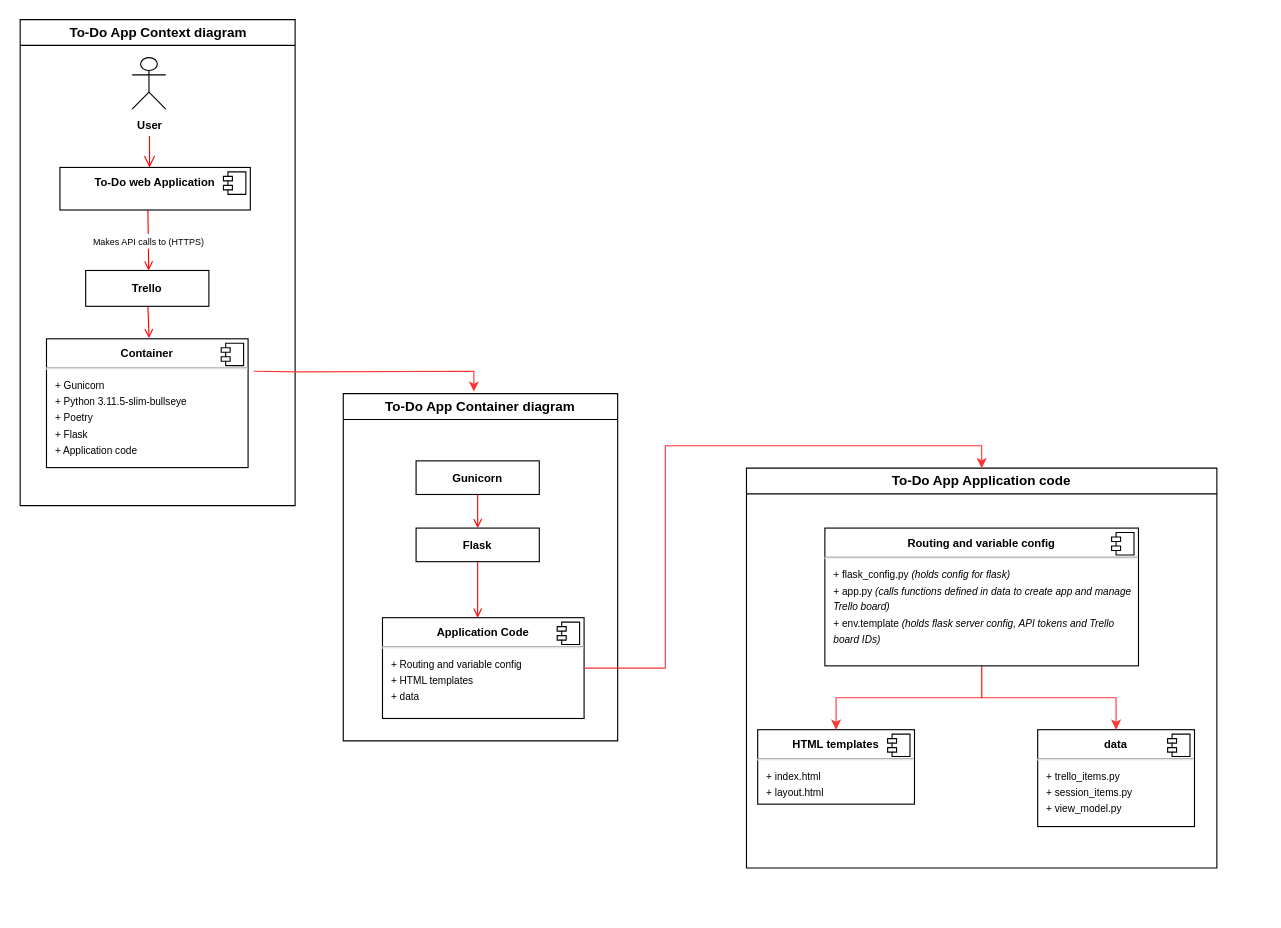
The draw.io diagram To_Do_app_C4_diagram.drawio in kingbrookey/DevOps-Course-Starter, before the edit. Source tidied: cells renumbered, new cells numbered last; positions are measured from the earlier drawing's top-left corner, leaving out a move shared by most shapes. Both pictures are drawn from the tidied source at 112%, with x=0, y=0 at pixel (20, 19).
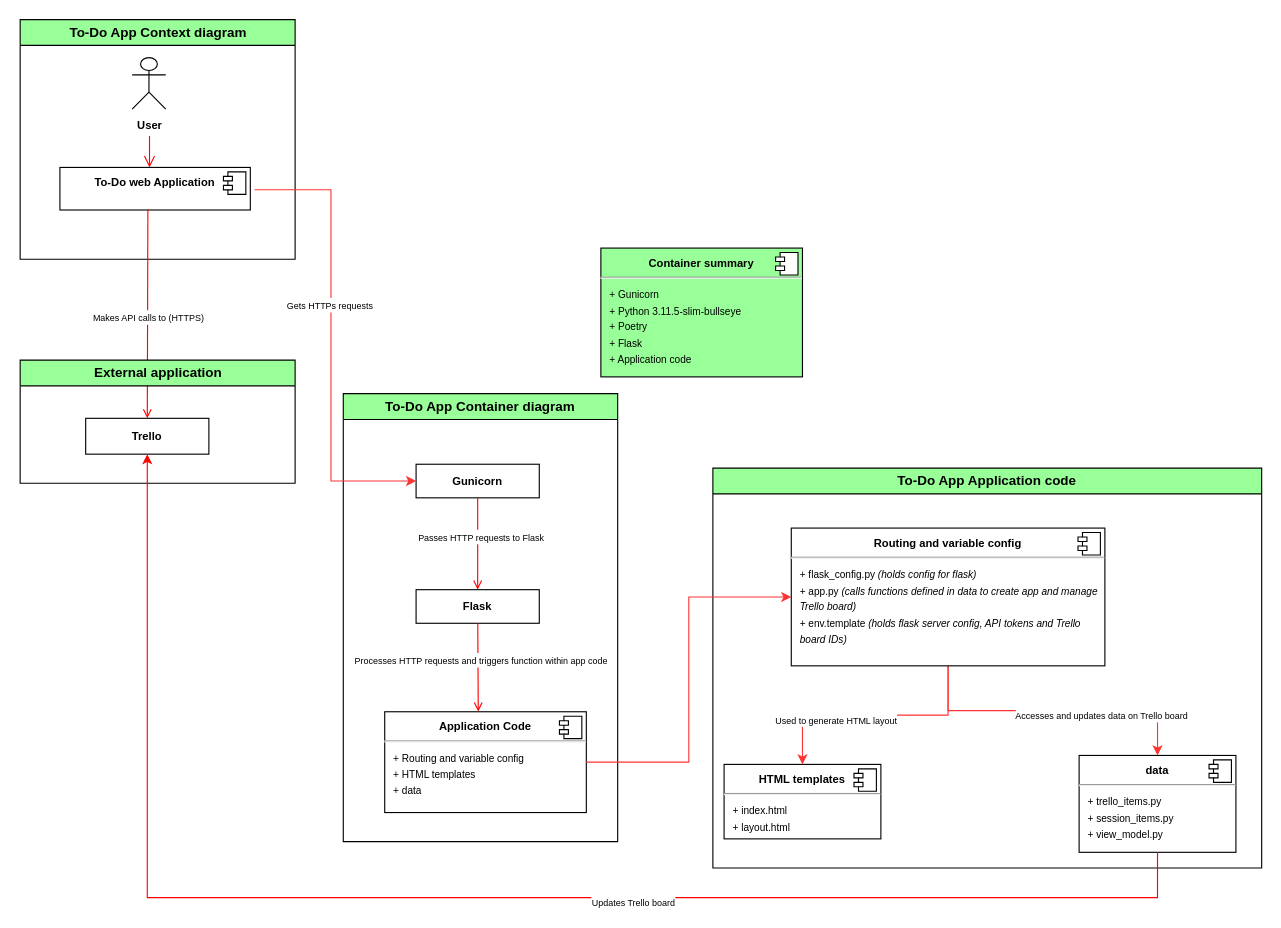
The same page after the edit.

The change refers to these unchanged cells:
```xml
<mxCell id="8" value="&lt;p style=&quot;margin:0px;margin-top:6px;text-align:center;&quot;&gt;&lt;b&gt;&lt;font style=&quot;font-size: 10px;&quot;&gt;To-Do web Application&lt;/font&gt;&lt;/b&gt;&lt;/p&gt;" style="align=left;overflow=fill;html=1;whiteSpace=wrap;" parent="2" vertex="1">
  <mxGeometry x="35.5" y="132" width="170" height="38" as="geometry" />
</mxCell>
<mxCell id="9" style="shape=component;jettyWidth=8;jettyHeight=4;" parent="8" vertex="1">
  <mxGeometry x="1" width="20" height="20" relative="1" as="geometry">
    <mxPoint x="-24" y="4" as="offset" />
  </mxGeometry>
</mxCell>
<mxCell id="25" style="edgeStyle=orthogonalEdgeStyle;rounded=0;jettySize=auto;html=1;entryX=0.5;entryY=0;entryDx=0;entryDy=0;strokeColor=#FF3333;" parent="20" edge="1" source="27" target="21">
  <mxGeometry relative="1" as="geometry" />
</mxCell>
<mxCell id="26" style="edgeStyle=orthogonalEdgeStyle;rounded=0;jettySize=auto;html=1;entryX=0.5;entryY=0;entryDx=0;entryDy=0;fillColor=#FF0000;strokeColor=#FF3333;" parent="20" edge="1" source="27" target="23">
  <mxGeometry relative="1" as="geometry" />
</mxCell>
<mxCell id="27" value="&lt;p style=&quot;margin:0px;margin-top:6px;text-align:center;&quot;&gt;&lt;b&gt;&lt;font style=&quot;font-size: 10px;&quot;&gt;Routing and variable config&lt;/font&gt;&lt;/b&gt;&lt;/p&gt;&lt;hr&gt;&lt;p style=&quot;margin:0px;margin-left:8px;&quot;&gt;&lt;font style=&quot;font-size: 9px;&quot;&gt;+ flask_config.py &lt;i&gt;(holds config for flask)&lt;/i&gt;&lt;/font&gt;&lt;/p&gt;&lt;p style=&quot;margin:0px;margin-left:8px;&quot;&gt;&lt;font style=&quot;font-size: 9px;&quot;&gt;+ app.py &lt;i&gt;(calls functions defined in data to create app and manage Trello board)&lt;/i&gt;&lt;/font&gt;&lt;/p&gt;&lt;p style=&quot;margin:0px;margin-left:8px;&quot;&gt;&lt;font style=&quot;font-size: 9px;&quot;&gt;+ env.template &lt;i&gt;(holds flask server config, API tokens and Trello board IDs)&lt;/i&gt;&lt;/font&gt;&lt;/p&gt;" style="align=left;overflow=fill;html=1;whiteSpace=wrap;" parent="20" vertex="1">
  <mxGeometry x="70" y="53.5" width="280" height="123" as="geometry" />
</mxCell>
```

The edit, as a diff of the source:
```diff
@@
-    <mxCell id="2" value="To-Do App Context diagram" style="swimlane;whiteSpace=wrap;" parent="1" vertex="1">
-      <mxGeometry x="-0.5" width="245.5" height="434" as="geometry" />
+    <mxCell id="2" value="To-Do App Context diagram" style="swimlane;whiteSpace=wrap;startSize=23;fillColor=#99FF99;" parent="1" vertex="1">
+      <mxGeometry x="-0.5" width="245.5" height="214" as="geometry" />
     </mxCell>
@@
-    <mxCell id="4" style="endArrow=open;strokeColor=#FF0000;endFill=1;rounded=0;exitX=0.462;exitY=0.985;exitDx=0;exitDy=0;exitPerimeter=0;" parent="2" edge="1" source="8">
-      <mxGeometry relative="1" as="geometry">
-        <mxPoint x="114.8" y="224" as="targetPoint" />
-      </mxGeometry>
-    </mxCell>
-    <mxCell id="5" value="&lt;font style=&quot;font-size: 8px;&quot;&gt;Makes API calls to (HTTPS)&lt;/font&gt;" style="edgeLabel;html=1;align=center;verticalAlign=middle;" parent="4" vertex="1">
-      <mxGeometry x="0.03" relative="1" as="geometry" />
-    </mxCell>
-    <mxCell id="6" style="endArrow=open;strokeColor=#FF0000;endFill=1;rounded=0;entryX=0.484;entryY=0.011;entryDx=0;entryDy=0;entryPerimeter=0;" parent="2" edge="1" source="10">
-      <mxGeometry relative="1" as="geometry">
-        <mxPoint x="115.1" y="284.4" as="targetPoint" />
-      </mxGeometry>
-    </mxCell>
@@
-    <mxCell id="10" value="&lt;b&gt;&lt;font style=&quot;font-size: 10px;&quot;&gt;Trello&lt;/font&gt;&lt;/b&gt;" style="html=1;whiteSpace=wrap;" parent="2" vertex="1">
-      <mxGeometry x="58.5" y="224" width="110" height="32" as="geometry" />
-    </mxCell>
-    <mxCell id="11" value="&lt;p style=&quot;margin:0px;margin-top:6px;text-align:center;&quot;&gt;&lt;b&gt;&lt;font style=&quot;font-size: 10px;&quot;&gt;Container&lt;/font&gt;&lt;/b&gt;&lt;/p&gt;&lt;hr&gt;&lt;p style=&quot;margin:0px;margin-left:8px;&quot;&gt;&lt;font style=&quot;font-size: 9px;&quot;&gt;+ Gunicorn&lt;/font&gt;&lt;/p&gt;&lt;p style=&quot;margin:0px;margin-left:8px;&quot;&gt;&lt;font style=&quot;font-size: 9px;&quot;&gt;+ Python 3.11.5-slim-bullseye&lt;br&gt;+ Poetry&lt;br&gt;&lt;/font&gt;&lt;/p&gt;&lt;p style=&quot;margin:0px;margin-left:8px;&quot;&gt;&lt;font style=&quot;font-size: 9px;&quot;&gt;+ Flask&lt;/font&gt;&lt;/p&gt;&lt;p style=&quot;margin:0px;margin-left:8px;&quot;&gt;&lt;font style=&quot;font-size: 9px;&quot;&gt;+ Application code&lt;br&gt;&lt;/font&gt;&lt;/p&gt;" style="align=left;overflow=fill;html=1;whiteSpace=wrap;" parent="2" vertex="1">
-      <mxGeometry x="23.5" y="285" width="180" height="115" as="geometry" />
-    </mxCell>
-    <mxCell id="12" style="shape=component;jettyWidth=8;jettyHeight=4;" parent="11" vertex="1">
-      <mxGeometry x="1" width="20" height="20" relative="1" as="geometry">
-        <mxPoint x="-24" y="4" as="offset" />
-      </mxGeometry>
-    </mxCell>
-    <mxCell id="13" value="To-Do App Container diagram" style="swimlane;whiteSpace=wrap;" parent="1" vertex="1">
-      <mxGeometry x="288" y="334" width="245" height="310" as="geometry" />
+    <mxCell id="13" value="To-Do App Container diagram" style="swimlane;whiteSpace=wrap;fillColor=#99FF99;" parent="1" vertex="1">
+      <mxGeometry x="288" y="334" width="245" height="400" as="geometry" />
     </mxCell>
     <mxCell id="14" value="&lt;p style=&quot;margin:0px;margin-top:6px;text-align:center;&quot;&gt;&lt;b&gt;&lt;font style=&quot;font-size: 10px;&quot;&gt;Application Code&lt;/font&gt;&lt;/b&gt;&lt;/p&gt;&lt;hr&gt;&lt;p style=&quot;margin:0px;margin-left:8px;&quot;&gt;&lt;font style=&quot;font-size: 9px;&quot;&gt;+ Routing and variable config&lt;br&gt;+ HTML templates&lt;/font&gt;&lt;/p&gt;&lt;p style=&quot;margin:0px;margin-left:8px;&quot;&gt;&lt;font style=&quot;font-size: 9px;&quot;&gt;+ data&lt;br&gt;&lt;/font&gt;&lt;/p&gt;" style="align=left;overflow=fill;html=1;whiteSpace=wrap;" parent="13" vertex="1">
-      <mxGeometry x="35" y="200" width="180" height="90" as="geometry" />
+      <mxGeometry x="37" y="284" width="180" height="90" as="geometry" />
     </mxCell>
@@
     <mxCell id="16" value="&lt;font style=&quot;font-size: 10px;&quot;&gt;&lt;b&gt;Gunicorn&lt;/b&gt;&lt;/font&gt;" style="html=1;whiteSpace=wrap;" parent="13" vertex="1">
-      <mxGeometry x="65" y="60" width="110" height="30" as="geometry" />
+      <mxGeometry x="65" y="63" width="110" height="30" as="geometry" />
     </mxCell>
     <mxCell id="17" value="&lt;font style=&quot;font-size: 10px;&quot;&gt;&lt;b&gt;Flask&lt;/b&gt;&lt;/font&gt;" style="html=1;whiteSpace=wrap;" parent="13" vertex="1">
-      <mxGeometry x="65" y="120" width="110" height="30" as="geometry" />
+      <mxGeometry x="65" y="175" width="110" height="30" as="geometry" />
     </mxCell>
     <mxCell id="18" style="endArrow=open;strokeColor=#FF0000;endFill=1;rounded=0;entryX=0.5;entryY=0;entryDx=0;entryDy=0;exitX=0.5;exitY=1;exitDx=0;exitDy=0;" parent="13" edge="1" source="16" target="17">
-      <mxGeometry relative="1" as="geometry" />
+      <mxGeometry relative="1" as="geometry">
+        <Array as="points">
+          <mxPoint x="120" y="170" />
+        </Array>
+      </mxGeometry>
     </mxCell>
-    <mxCell id="19" style="endArrow=open;strokeColor=#FF0000;endFill=1;rounded=0;exitX=0.5;exitY=1;exitDx=0;exitDy=0;" parent="13" edge="1" source="17">
-      <mxGeometry relative="1" as="geometry">
-        <mxPoint x="120" y="200" as="targetPoint" />
-      </mxGeometry>
-    </mxCell>
+    <mxCell id="31" value="&lt;font style=&quot;font-size: 8px;&quot;&gt;Passes HTTP requests to Flask&lt;/font&gt;" style="edgeLabel;html=1;align=center;verticalAlign=middle;" parent="18" vertex="1">
+      <mxGeometry x="-0.16" y="2" relative="1" as="geometry" />
+    </mxCell>
+    <mxCell id="32" style="endArrow=open;strokeColor=#FF0000;endFill=1;rounded=0;entryX=0.464;entryY=-0.002;entryDx=0;entryDy=0;entryPerimeter=0;" parent="13" edge="1" source="17" target="14">
+      <mxGeometry relative="1" as="geometry" />
+    </mxCell>
+    <mxCell id="33" value="&lt;font style=&quot;font-size: 8px;&quot;&gt;Processes HTTP requests and triggers function within app code&lt;/font&gt;" style="edgeLabel;html=1;align=center;verticalAlign=middle;" parent="32" vertex="1">
+      <mxGeometry x="-0.16" y="2" relative="1" as="geometry" />
+    </mxCell>
-    <mxCell id="20" value="To-Do App Application code" style="swimlane;whiteSpace=wrap;" parent="1" vertex="1">
-      <mxGeometry x="648" y="400.5" width="420" height="357" as="geometry" />
+    <mxCell id="20" value="To-Do App Application code" style="swimlane;whiteSpace=wrap;fillColor=#99FF99;" parent="1" vertex="1">
+      <mxGeometry x="618" y="400.5" width="490" height="357" as="geometry" />
     </mxCell>
     <mxCell id="21" value="&lt;p style=&quot;margin:0px;margin-top:6px;text-align:center;&quot;&gt;&lt;b&gt;&lt;font style=&quot;font-size: 10px;&quot;&gt;HTML templates&lt;/font&gt;&lt;/b&gt;&lt;/p&gt;&lt;hr&gt;&lt;p style=&quot;margin:0px;margin-left:8px;&quot;&gt;&lt;font style=&quot;font-size: 9px;&quot;&gt;+ index.html&lt;br&gt;+ layout.html&lt;/font&gt;&lt;/p&gt;" style="align=left;overflow=fill;html=1;whiteSpace=wrap;" parent="20" vertex="1">
-      <mxGeometry x="10" y="233.5" width="140" height="66.5" as="geometry" />
+      <mxGeometry x="10" y="264.5" width="140" height="66.5" as="geometry" />
     </mxCell>
@@
     <mxCell id="23" value="&lt;p style=&quot;margin:0px;margin-top:6px;text-align:center;&quot;&gt;&lt;b&gt;&lt;font style=&quot;font-size: 10px;&quot;&gt;data&lt;/font&gt;&lt;/b&gt;&lt;/p&gt;&lt;hr&gt;&lt;p style=&quot;margin:0px;margin-left:8px;&quot;&gt;&lt;font style=&quot;font-size: 9px;&quot;&gt;+ trello_items.py&lt;br&gt;+ session_items.py&lt;/font&gt;&lt;/p&gt;&lt;p style=&quot;margin:0px;margin-left:8px;&quot;&gt;&lt;font style=&quot;font-size: 9px;&quot;&gt;+ view_model.py&lt;br&gt;&lt;/font&gt;&lt;/p&gt;" style="align=left;overflow=fill;html=1;whiteSpace=wrap;" parent="20" vertex="1">
-      <mxGeometry x="260" y="233.5" width="140" height="86.5" as="geometry" />
+      <mxGeometry x="327" y="256.5" width="140" height="86.5" as="geometry" />
     </mxCell>
@@
+    <mxCell id="34" value="&lt;font style=&quot;font-size: 8px;&quot;&gt;Used to generate HTML layout&lt;/font&gt;" style="edgeLabel;html=1;align=center;verticalAlign=middle;" parent="25" vertex="1">
+      <mxGeometry x="0.33" y="3" relative="1" as="geometry" />
+    </mxCell>
@@
+    <mxCell id="35" value="&lt;font style=&quot;font-size: 8px;&quot;&gt;Accesses and updates data on Trello board&lt;/font&gt;" style="edgeLabel;html=1;align=center;verticalAlign=middle;" parent="26" vertex="1">
+      <mxGeometry x="0.32" y="-3" relative="1" as="geometry" />
+    </mxCell>
@@
-    <mxCell id="29" style="edgeStyle=orthogonalEdgeStyle;rounded=0;jettySize=auto;html=1;entryX=0.5;entryY=0;entryDx=0;entryDy=0;strokeColor=#FF3333;" parent="1" edge="1" source="14" target="20">
+    <mxCell id="29" style="edgeStyle=orthogonalEdgeStyle;rounded=0;jettySize=auto;html=1;entryX=0;entryY=0.5;entryDx=0;entryDy=0;strokeColor=#FF3333;" parent="1" edge="1" source="14" target="27">
       <mxGeometry relative="1" as="geometry" />
     </mxCell>
-    <mxCell id="30" style="edgeStyle=orthogonalEdgeStyle;rounded=0;jettySize=auto;html=1;entryX=0.476;entryY=-0.006;entryDx=0;entryDy=0;entryPerimeter=0;strokeColor=#FF3333;" parent="1" edge="1" target="13">
-      <mxGeometry relative="1" as="geometry">
-        <mxPoint x="208" y="314" as="sourcePoint" />
-      </mxGeometry>
+    <mxCell id="30" style="edgeStyle=orthogonalEdgeStyle;rounded=0;jettySize=auto;html=1;entryX=0;entryY=0.5;entryDx=0;entryDy=0;strokeColor=#FF3333;exitX=1.391;exitY=0.797;exitDx=0;exitDy=0;exitPerimeter=0;" parent="1" edge="1" source="9" target="16">
+      <mxGeometry relative="1" as="geometry" />
     </mxCell>
+    <mxCell id="36" value="&lt;font style=&quot;font-size: 8px;&quot;&gt;Gets HTTPs requests&lt;/font&gt;" style="edgeLabel;html=1;align=center;verticalAlign=middle;" parent="30" vertex="1">
+      <mxGeometry x="0.22" y="-2" relative="1" as="geometry">
+        <mxPoint y="-76" as="offset" />
+      </mxGeometry>
+    </mxCell>
+    <mxCell id="10" value="&lt;b&gt;&lt;font style=&quot;font-size: 10px;&quot;&gt;Trello&lt;/font&gt;&lt;/b&gt;" style="html=1;whiteSpace=wrap;" parent="1" vertex="1">
+      <mxGeometry x="58" y="356" width="110" height="32" as="geometry" />
+    </mxCell>
+    <mxCell id="4" style="endArrow=open;strokeColor=#FF0000;endFill=1;rounded=0;exitX=0.462;exitY=0.985;exitDx=0;exitDy=0;exitPerimeter=0;entryX=0.5;entryY=0;entryDx=0;entryDy=0;" parent="1" edge="1" source="8" target="10">
+      <mxGeometry relative="1" as="geometry" />
+    </mxCell>
+    <mxCell id="5" value="&lt;font style=&quot;font-size: 8px;&quot;&gt;Makes API calls to (HTTPS)&lt;/font&gt;" style="edgeLabel;html=1;align=center;verticalAlign=middle;" parent="4" vertex="1">
+      <mxGeometry x="0.03" relative="1" as="geometry" />
+    </mxCell>
+    <mxCell id="37" value="External application" style="swimlane;whiteSpace=wrap;startSize=23;fillColor=#99FF99;" parent="1" vertex="1">
+      <mxGeometry x="-0.5" y="304" width="245.5" height="110" as="geometry" />
+    </mxCell>
+    <mxCell id="38" value="&lt;p style=&quot;margin:0px;margin-top:6px;text-align:center;&quot;&gt;&lt;b&gt;&lt;font style=&quot;font-size: 10px;&quot;&gt;Container summary&lt;/font&gt;&lt;/b&gt;&lt;/p&gt;&lt;hr&gt;&lt;p style=&quot;margin:0px;margin-left:8px;&quot;&gt;&lt;font style=&quot;font-size: 9px;&quot;&gt;+ Gunicorn&lt;/font&gt;&lt;/p&gt;&lt;p style=&quot;margin:0px;margin-left:8px;&quot;&gt;&lt;font style=&quot;font-size: 9px;&quot;&gt;+ Python 3.11.5-slim-bullseye&lt;br&gt;+ Poetry&lt;br&gt;&lt;/font&gt;&lt;/p&gt;&lt;p style=&quot;margin:0px;margin-left:8px;&quot;&gt;&lt;font style=&quot;font-size: 9px;&quot;&gt;+ Flask&lt;/font&gt;&lt;/p&gt;&lt;p style=&quot;margin:0px;margin-left:8px;&quot;&gt;&lt;font style=&quot;font-size: 9px;&quot;&gt;+ Application code&lt;br&gt;&lt;/font&gt;&lt;/p&gt;" style="align=left;overflow=fill;html=1;whiteSpace=wrap;fillColor=#99FF99;" parent="1" vertex="1">
+      <mxGeometry x="518" y="204" width="180" height="115" as="geometry" />
+    </mxCell>
+    <mxCell id="39" style="shape=component;jettyWidth=8;jettyHeight=4;" parent="38" vertex="1">
+      <mxGeometry x="1" width="20" height="20" relative="1" as="geometry">
+        <mxPoint x="-24" y="4" as="offset" />
+      </mxGeometry>
+    </mxCell>
+    <mxCell id="40" style="edgeStyle=orthogonalEdgeStyle;rounded=0;jettySize=auto;html=1;entryX=0.5;entryY=1;entryDx=0;entryDy=0;strokeColor=#FF0000;" parent="1" edge="1" source="23" target="10">
+      <mxGeometry relative="1" as="geometry">
+        <Array as="points">
+          <mxPoint x="1015" y="784" />
+          <mxPoint x="113" y="784" />
+        </Array>
+      </mxGeometry>
+    </mxCell>
+    <mxCell id="41" value="&lt;font style=&quot;font-size: 8px;&quot;&gt;Updates Trello board&lt;/font&gt;" style="edgeLabel;html=1;align=center;verticalAlign=middle;" parent="40" vertex="1">
+      <mxGeometry x="-0.24" y="3" relative="1" as="geometry" />
+    </mxCell>
```
